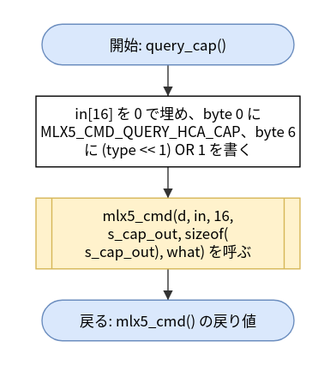
Earlier version of the draw.io export doc/spec/images/flow_src_mlx5_hca-query_cap.drawio.svg (hf355051012-ai/bfmem). Source tidied: cells renumbered, new cells last; positions are measured from the earlier drawing's top-left corner, leaving out a move shared by most shapes.
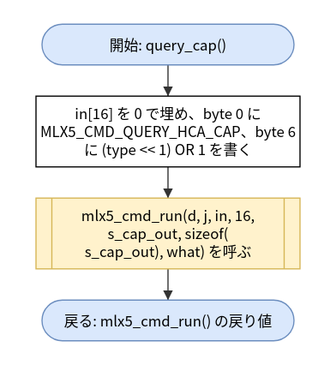
After the change.

Diff of the diagram source:
```diff
@@ -8,10 +8,10 @@
     <mxCell id="3" value="in[16] を 0 で埋め、byte 0 に&lt;br&gt;MLX5_CMD_QUERY_HCA_CAP、byte 6&lt;br&gt;に (type &amp;lt;&amp;lt; 1) OR 1 を書く" style="rounded=0;whiteSpace=wrap;html=1;" parent="1" vertex="1">
       <mxGeometry y="60" width="220" height="59" as="geometry" />
     </mxCell>
-    <mxCell id="4" value="mlx5_cmd(d, in, 16,&lt;br&gt;s_cap_out, sizeof(&lt;br&gt;s_cap_out), what) を呼ぶ" style="shape=process;whiteSpace=wrap;html=1;backgroundOutline=1;size=0.06;fillColor=#fff2cc;strokeColor=#d6b656;" parent="1" vertex="1">
+    <mxCell id="4" value="mlx5_cmd_run(d, j, in, 16,&lt;br&gt;s_cap_out, sizeof(&lt;br&gt;s_cap_out), what) を呼ぶ" style="shape=process;whiteSpace=wrap;html=1;backgroundOutline=1;size=0.06;fillColor=#fff2cc;strokeColor=#d6b656;" parent="1" vertex="1">
       <mxGeometry y="145" width="220" height="59" as="geometry" />
     </mxCell>
-    <mxCell id="5" value="戻る: mlx5_cmd() の戻り値" style="rounded=1;arcSize=50;whiteSpace=wrap;html=1;fillColor=#dae8fc;strokeColor=#6c8ebf;" parent="1" vertex="1">
+    <mxCell id="5" value="戻る: mlx5_cmd_run() の戻り値" style="rounded=1;arcSize=50;whiteSpace=wrap;html=1;fillColor=#dae8fc;strokeColor=#6c8ebf;" parent="1" vertex="1">
       <mxGeometry x="5" y="230" width="210" height="34" as="geometry" />
     </mxCell>
     <mxCell id="6" style="edgeStyle=none;html=1;rounded=0;endArrow=block;endFill=1;exitX=0.5000;exitY=1.0000;exitDx=0;exitDy=0;exitPerimeter=0;entryX=0.5000;entryY=0.0000;entryDx=0;entryDy=0;entryPerimeter=0;" parent="1" edge="1" source="2" target="3">
```
